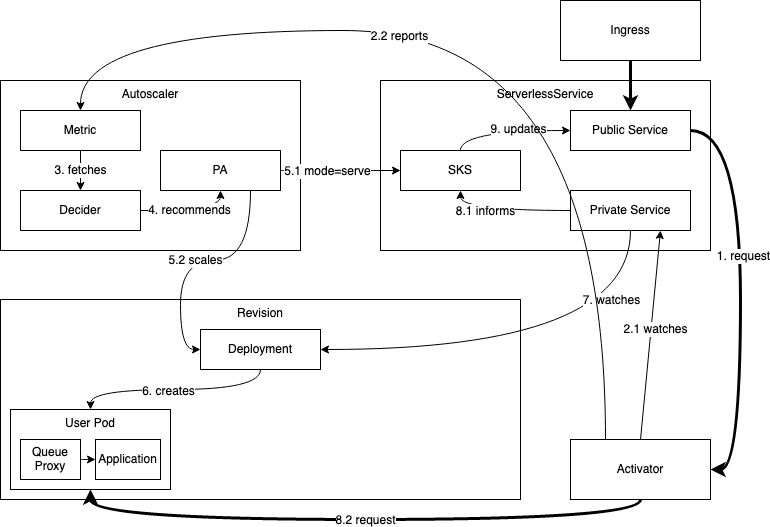
The draw.io diagram docs/scaling/images/scale-from-0.png in knative/serving, before a commit. Source tidied: cells renumbered, new cells last; positions are measured from the earlier drawing's top-left corner, leaving out a move shared by most shapes. Source of this version:
```xml
<mxGraphModel>
  <root>
    <mxCell id="0" />
    <mxCell id="1" parent="0" />
    <mxCell id="2" value="Autoscaler" style="rounded=0;whiteSpace=wrap;html=1;verticalAlign=top;" parent="1" vertex="1">
      <mxGeometry y="80" width="300" height="170" as="geometry" />
    </mxCell>
    <mxCell id="3" value="&lt;font style=&quot;font-size: 12px&quot;&gt;3. fetches&lt;/font&gt;" style="edgeStyle=orthogonalEdgeStyle;rounded=0;jettySize=auto;html=1;" parent="1" edge="1" source="4" target="7">
      <mxGeometry relative="1" as="geometry" />
    </mxCell>
    <mxCell id="4" value="Metric" style="rounded=0;whiteSpace=wrap;html=1;" parent="1" vertex="1">
      <mxGeometry x="20" y="110" width="120" height="40" as="geometry" />
    </mxCell>
    <mxCell id="5" style="edgeStyle=orthogonalEdgeStyle;curved=1;rounded=0;jettySize=auto;html=1;entryX=0.5;entryY=1;entryDx=0;entryDy=0;" parent="1" edge="1" source="7" target="8">
      <mxGeometry relative="1" as="geometry" />
    </mxCell>
    <mxCell id="6" value="4. recommends" style="text;html=1;align=center;verticalAlign=middle;labelBackgroundColor=#ffffff;" parent="5" vertex="1">
      <mxGeometry x="-0.04" y="1" relative="1" as="geometry" />
    </mxCell>
    <mxCell id="7" value="Decider" style="rounded=0;whiteSpace=wrap;html=1;" parent="1" vertex="1">
      <mxGeometry x="20" y="190" width="120" height="40" as="geometry" />
    </mxCell>
    <mxCell id="8" value="PA" style="rounded=0;whiteSpace=wrap;html=1;" parent="1" vertex="1">
      <mxGeometry x="160" y="150" width="120" height="40" as="geometry" />
    </mxCell>
    <mxCell id="9" value="&lt;div&gt;ServerlessService&lt;/div&gt;" style="rounded=0;whiteSpace=wrap;html=1;verticalAlign=top;" parent="1" vertex="1">
      <mxGeometry x="380" y="80" width="330" height="170" as="geometry" />
    </mxCell>
    <mxCell id="10" style="edgeStyle=orthogonalEdgeStyle;curved=1;rounded=0;jettySize=auto;html=1;entryX=0.5;entryY=1;entryDx=0;entryDy=0;exitX=0;exitY=0.5;exitDx=0;exitDy=0;" parent="1" edge="1" source="15" target="14">
      <mxGeometry relative="1" as="geometry">
        <Array as="points">
          <mxPoint x="460" y="210" />
        </Array>
      </mxGeometry>
    </mxCell>
    <mxCell id="11" value="8.1 informs" style="text;html=1;align=center;verticalAlign=middle;labelBackgroundColor=#ffffff;" parent="10" vertex="1">
      <mxGeometry x="0.32" relative="1" as="geometry" />
    </mxCell>
    <mxCell id="12" style="edgeStyle=orthogonalEdgeStyle;curved=1;rounded=0;jettySize=auto;html=1;exitX=0.5;exitY=0;exitDx=0;exitDy=0;entryX=0;entryY=0.5;entryDx=0;entryDy=0;" parent="1" edge="1" source="14" target="18">
      <mxGeometry relative="1" as="geometry">
        <Array as="points">
          <mxPoint x="460" y="130" />
        </Array>
      </mxGeometry>
    </mxCell>
    <mxCell id="13" value="9. updates" style="text;html=1;align=center;verticalAlign=middle;labelBackgroundColor=#ffffff;" parent="12" vertex="1">
      <mxGeometry x="0.18" y="2" relative="1" as="geometry" />
    </mxCell>
    <mxCell id="14" value="SKS" style="rounded=0;whiteSpace=wrap;html=1;" parent="1" vertex="1">
      <mxGeometry x="400" y="150" width="120" height="40" as="geometry" />
    </mxCell>
    <mxCell id="15" value="Private Service" style="rounded=0;whiteSpace=wrap;html=1;" parent="1" vertex="1">
      <mxGeometry x="570" y="190" width="120" height="40" as="geometry" />
    </mxCell>
    <mxCell id="16" style="edgeStyle=orthogonalEdgeStyle;curved=1;rounded=0;jettySize=auto;html=1;exitX=1;exitY=0.5;exitDx=0;exitDy=0;entryX=1;entryY=0.5;entryDx=0;entryDy=0;strokeWidth=3;" parent="1" edge="1" source="18" target="38">
      <mxGeometry relative="1" as="geometry">
        <Array as="points">
          <mxPoint x="740" y="130" />
          <mxPoint x="740" y="469" />
        </Array>
      </mxGeometry>
    </mxCell>
    <mxCell id="17" value="1. request" style="text;html=1;align=center;verticalAlign=middle;labelBackgroundColor=#ffffff;" parent="16" vertex="1">
      <mxGeometry x="-0.16" y="2" relative="1" as="geometry" />
    </mxCell>
    <mxCell id="18" value="Public Service" style="rounded=0;whiteSpace=wrap;html=1;" parent="1" vertex="1">
      <mxGeometry x="570" y="110" width="120" height="40" as="geometry" />
    </mxCell>
    <mxCell id="19" value="Revision" style="rounded=0;whiteSpace=wrap;html=1;verticalAlign=top;" parent="1" vertex="1">
      <mxGeometry y="299" width="520" height="200" as="geometry" />
    </mxCell>
    <mxCell id="20" style="edgeStyle=orthogonalEdgeStyle;curved=1;rounded=0;jettySize=auto;html=1;exitX=0.5;exitY=1;exitDx=0;exitDy=0;" parent="1" edge="1" source="22" target="24">
      <mxGeometry relative="1" as="geometry" />
    </mxCell>
    <mxCell id="21" value="6. creates" style="text;html=1;align=center;verticalAlign=middle;labelBackgroundColor=#ffffff;" parent="20" vertex="1">
      <mxGeometry x="0.08" y="1" relative="1" as="geometry" />
    </mxCell>
    <mxCell id="22" value="Deployment" style="rounded=0;whiteSpace=wrap;html=1;" parent="1" vertex="1">
      <mxGeometry x="200" y="329" width="120" height="40" as="geometry" />
    </mxCell>
    <mxCell id="23" style="group;" parent="1" vertex="1">
      <mxGeometry x="10" y="409" width="160" height="80" as="geometry" />
    </mxCell>
    <mxCell id="24" value="User Pod" style="rounded=0;whiteSpace=wrap;html=1;verticalAlign=top;" parent="23" vertex="1">
      <mxGeometry width="160" height="80" as="geometry" />
    </mxCell>
    <mxCell id="25" value="&lt;div&gt;Queue&lt;/div&gt;&lt;div&gt;Proxy&lt;br&gt;&lt;/div&gt;" style="rounded=0;whiteSpace=wrap;html=1;" parent="23" vertex="1">
      <mxGeometry x="10" y="30" width="60" height="40" as="geometry" />
    </mxCell>
    <mxCell id="26" value="Application" style="rounded=0;whiteSpace=wrap;html=1;" parent="23" vertex="1">
      <mxGeometry x="85" y="30" width="65" height="40" as="geometry" />
    </mxCell>
    <mxCell id="27" style="edgeStyle=orthogonalEdgeStyle;curved=1;rounded=0;jettySize=auto;html=1;exitX=1;exitY=0.5;exitDx=0;exitDy=0;entryX=0;entryY=0.5;entryDx=0;entryDy=0;" parent="23" edge="1" source="25" target="26">
      <mxGeometry relative="1" as="geometry" />
    </mxCell>
    <mxCell id="28" style="edgeStyle=orthogonalEdgeStyle;curved=1;rounded=0;jettySize=auto;html=1;exitX=0.5;exitY=1;exitDx=0;exitDy=0;entryX=1;entryY=0.5;entryDx=0;entryDy=0;" parent="1" edge="1" source="15" target="22">
      <mxGeometry relative="1" as="geometry" />
    </mxCell>
    <mxCell id="29" value="7. watches" style="text;html=1;align=center;verticalAlign=middle;labelBackgroundColor=#ffffff;" parent="28" vertex="1">
      <mxGeometry x="-0.68" y="-20" relative="1" as="geometry" />
    </mxCell>
    <mxCell id="30" value="&lt;div&gt;&lt;font style=&quot;font-size: 12px&quot;&gt;5.2 scales&lt;/font&gt;&lt;/div&gt;" style="edgeStyle=orthogonalEdgeStyle;curved=1;rounded=0;jettySize=auto;html=1;exitX=0.75;exitY=1;exitDx=0;exitDy=0;entryX=0;entryY=0.5;entryDx=0;entryDy=0;" parent="1" edge="1" source="8" target="22">
      <mxGeometry relative="1" as="geometry" />
    </mxCell>
    <mxCell id="31" style="edgeStyle=orthogonalEdgeStyle;curved=1;rounded=0;jettySize=auto;html=1;exitX=0.5;exitY=1;exitDx=0;exitDy=0;entryX=0.5;entryY=0;entryDx=0;entryDy=0;strokeWidth=3;" parent="1" edge="1" source="39" target="18">
      <mxGeometry relative="1" as="geometry" />
    </mxCell>
    <mxCell id="32" style="edgeStyle=orthogonalEdgeStyle;curved=1;rounded=0;jettySize=auto;html=1;exitX=0.5;exitY=1;exitDx=0;exitDy=0;entryX=0.5;entryY=1;entryDx=0;entryDy=0;strokeWidth=3;" parent="1" edge="1" source="38" target="24">
      <mxGeometry relative="1" as="geometry" />
    </mxCell>
    <mxCell id="33" value="8.2 request" style="text;html=1;align=center;verticalAlign=middle;labelBackgroundColor=#ffffff;" parent="32" vertex="1">
      <mxGeometry x="-0.01" relative="1" as="geometry" />
    </mxCell>
    <mxCell id="34" style="edgeStyle=orthogonalEdgeStyle;curved=1;rounded=0;jettySize=auto;html=1;exitX=0.25;exitY=0;exitDx=0;exitDy=0;entryX=0.5;entryY=0;entryDx=0;entryDy=0;strokeWidth=1;" parent="1" edge="1" source="38" target="4">
      <mxGeometry relative="1" as="geometry">
        <Array as="points">
          <mxPoint x="605" y="30" />
          <mxPoint x="80" y="30" />
        </Array>
      </mxGeometry>
    </mxCell>
    <mxCell id="35" value="2.2 reports" style="text;html=1;align=center;verticalAlign=middle;labelBackgroundColor=#ffffff;" parent="34" vertex="1">
      <mxGeometry x="0.21" y="5" relative="1" as="geometry" />
    </mxCell>
    <mxCell id="36" style="rounded=0;jettySize=auto;html=1;exitX=0.5;exitY=0;exitDx=0;exitDy=0;entryX=0.75;entryY=1;entryDx=0;entryDy=0;strokeWidth=1;" parent="1" edge="1" source="38" target="15">
      <mxGeometry relative="1" as="geometry" />
    </mxCell>
    <mxCell id="37" value="2.1 watches" style="text;html=1;align=center;verticalAlign=middle;labelBackgroundColor=#ffffff;" parent="36" vertex="1">
      <mxGeometry x="0.41" y="-3" relative="1" as="geometry">
        <mxPoint x="-3" y="37" as="offset" />
      </mxGeometry>
    </mxCell>
    <mxCell id="38" value="Activator" style="rounded=0;whiteSpace=wrap;html=1;" parent="1" vertex="1">
      <mxGeometry x="570" y="439" width="140" height="60" as="geometry" />
    </mxCell>
    <mxCell id="39" value="Ingress" style="rounded=0;whiteSpace=wrap;html=1;" parent="1" vertex="1">
      <mxGeometry x="560" width="140" height="60" as="geometry" />
    </mxCell>
    <mxCell id="40" style="edgeStyle=orthogonalEdgeStyle;curved=1;rounded=0;jettySize=auto;html=1;exitX=1;exitY=0.5;exitDx=0;exitDy=0;entryX=0;entryY=0.5;entryDx=0;entryDy=0;strokeWidth=1;" parent="1" edge="1" source="8" target="14">
      <mxGeometry relative="1" as="geometry" />
    </mxCell>
    <mxCell id="41" value="5.1 mode=serve" style="text;html=1;align=center;verticalAlign=middle;labelBackgroundColor=#ffffff;" parent="40" vertex="1">
      <mxGeometry x="-0.23" relative="1" as="geometry" />
    </mxCell>
  </root>
</mxGraphModel>
```
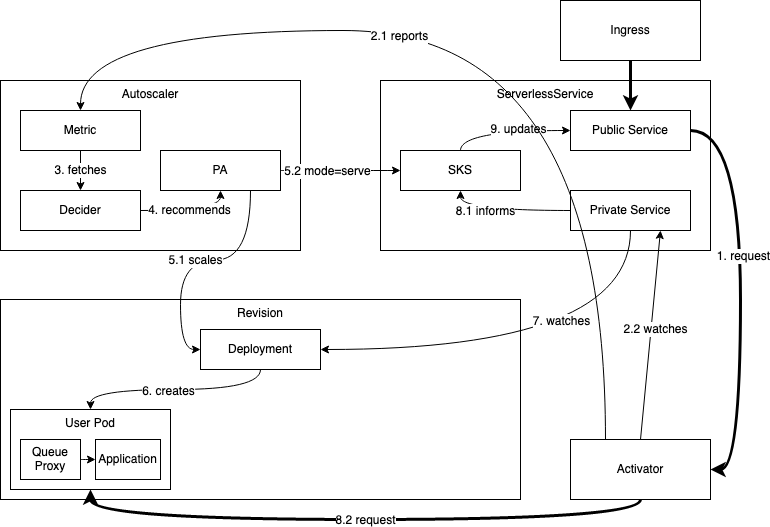
The same diagram one commit later.

Change to the diagram source:
```diff
@@ -97,9 +97,11 @@
       <mxGeometry relative="1" as="geometry" />
     </mxCell>
     <mxCell id="29" value="7. watches" style="text;html=1;align=center;verticalAlign=middle;labelBackgroundColor=#ffffff;" parent="28" vertex="1">
-      <mxGeometry x="-0.68" y="-20" relative="1" as="geometry" />
+      <mxGeometry x="-0.68" y="-20" relative="1" as="geometry">
+        <mxPoint x="-50" y="21" as="offset" />
+      </mxGeometry>
     </mxCell>
-    <mxCell id="30" value="&lt;div&gt;&lt;font style=&quot;font-size: 12px&quot;&gt;5.2 scales&lt;/font&gt;&lt;/div&gt;" style="edgeStyle=orthogonalEdgeStyle;curved=1;rounded=0;jettySize=auto;html=1;exitX=0.75;exitY=1;exitDx=0;exitDy=0;entryX=0;entryY=0.5;entryDx=0;entryDy=0;" parent="1" edge="1" source="8" target="22">
+    <mxCell id="30" value="&lt;div&gt;&lt;font style=&quot;font-size: 12px&quot;&gt;5.1 scales&lt;/font&gt;&lt;/div&gt;" style="edgeStyle=orthogonalEdgeStyle;curved=1;rounded=0;jettySize=auto;html=1;exitX=0.75;exitY=1;exitDx=0;exitDy=0;entryX=0;entryY=0.5;entryDx=0;entryDy=0;" parent="1" edge="1" source="8" target="22">
       <mxGeometry relative="1" as="geometry" />
     </mxCell>
     <mxCell id="31" style="edgeStyle=orthogonalEdgeStyle;curved=1;rounded=0;jettySize=auto;html=1;exitX=0.5;exitY=1;exitDx=0;exitDy=0;entryX=0.5;entryY=0;entryDx=0;entryDy=0;strokeWidth=3;" parent="1" edge="1" source="39" target="18">
@@ -119,13 +121,13 @@
         </Array>
       </mxGeometry>
     </mxCell>
-    <mxCell id="35" value="2.2 reports" style="text;html=1;align=center;verticalAlign=middle;labelBackgroundColor=#ffffff;" parent="34" vertex="1">
+    <mxCell id="35" value="2.1 reports" style="text;html=1;align=center;verticalAlign=middle;labelBackgroundColor=#ffffff;" parent="34" vertex="1">
       <mxGeometry x="0.21" y="5" relative="1" as="geometry" />
     </mxCell>
     <mxCell id="36" style="rounded=0;jettySize=auto;html=1;exitX=0.5;exitY=0;exitDx=0;exitDy=0;entryX=0.75;entryY=1;entryDx=0;entryDy=0;strokeWidth=1;" parent="1" edge="1" source="38" target="15">
       <mxGeometry relative="1" as="geometry" />
     </mxCell>
-    <mxCell id="37" value="2.1 watches" style="text;html=1;align=center;verticalAlign=middle;labelBackgroundColor=#ffffff;" parent="36" vertex="1">
+    <mxCell id="37" value="2.2 watches" style="text;html=1;align=center;verticalAlign=middle;labelBackgroundColor=#ffffff;" parent="36" vertex="1">
       <mxGeometry x="0.41" y="-3" relative="1" as="geometry">
         <mxPoint x="-3" y="37" as="offset" />
       </mxGeometry>
@@ -139,7 +141,7 @@
     <mxCell id="40" style="edgeStyle=orthogonalEdgeStyle;curved=1;rounded=0;jettySize=auto;html=1;exitX=1;exitY=0.5;exitDx=0;exitDy=0;entryX=0;entryY=0.5;entryDx=0;entryDy=0;strokeWidth=1;" parent="1" edge="1" source="8" target="14">
       <mxGeometry relative="1" as="geometry" />
     </mxCell>
-    <mxCell id="41" value="5.1 mode=serve" style="text;html=1;align=center;verticalAlign=middle;labelBackgroundColor=#ffffff;" parent="40" vertex="1">
+    <mxCell id="41" value="5.2 mode=serve" style="text;html=1;align=center;verticalAlign=middle;labelBackgroundColor=#ffffff;" parent="40" vertex="1">
       <mxGeometry x="-0.23" relative="1" as="geometry" />
     </mxCell>
   </root>
```
